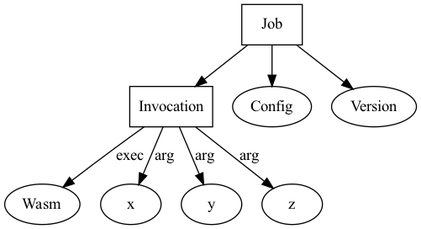
Above: job/job.png in ipvm-wg/spec (Graphviz), before the change. Its source is kept beside it as job/job.dot. Its diagram source:
```dot
digraph G {
    Invocation [shape = box]
    Job [shape = box]

    Job -> {Invocation, Config, Version}

    Invocation -> Wasm [label = "exec"]
    Invocation -> {x, y, z} [label = "arg"]
}
```
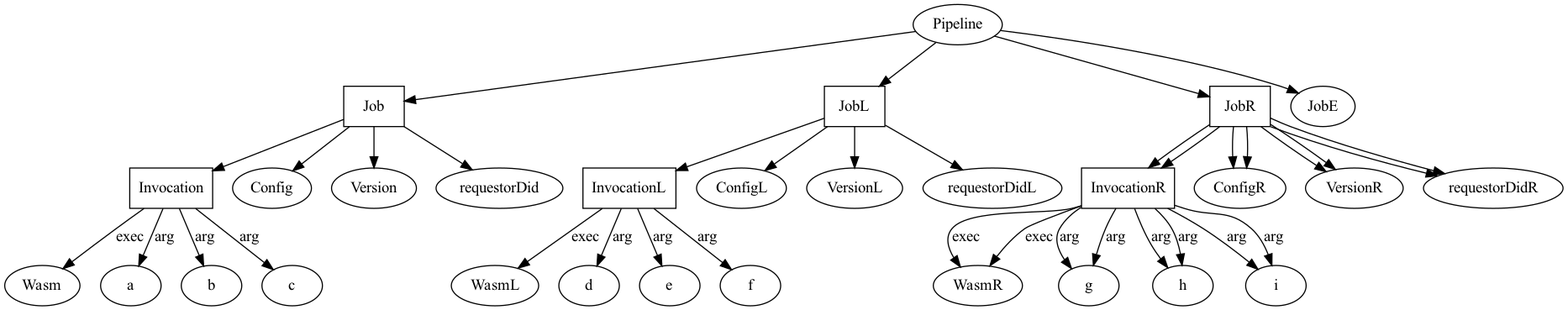
After the commit.

Change to the diagram source:
```diff
@@ -1,9 +1,35 @@
 digraph G {
+    Pipeline -> {Job, JobL, JobR, JobE}
+
+
+    Job [shape = box]
+    Job -> {Invocation, Config, Version, requestorDid}
+
     Invocation [shape = box]
-    Job [shape = box]
+    Invocation -> Wasm [label = "exec"]
+    Invocation -> {a, b, c} [label = "arg"]
 
-    Job -> {Invocation, Config, Version}
 
-    Invocation -> Wasm [label = "exec"]
-    Invocation -> {x, y, z} [label = "arg"]
+    JobL [shape = box]
+    JobL -> {InvocationL, ConfigL, VersionL, requestorDidL}
+
+    InvocationL [shape = box]
+    InvocationL -> WasmL [label = "exec"]
+    InvocationL -> {d, e, f} [label = "arg"]
+
+
+    JobR [shape = box]
+    JobR -> {InvocationR, ConfigR, VersionR, requestorDidR}
+
+    InvocationR [shape = box]
+    InvocationR -> WasmR [label = "exec"]
+    InvocationR -> {g, h, i} [label = "arg"]
+
+
+    JobR [shape = box]
+    JobR -> {InvocationR, ConfigR, VersionR, requestorDidR}
+
+    InvocationR [shape = box]
+    InvocationR -> WasmR [label = "exec"]
+    InvocationR -> {g, h, i} [label = "arg"]
 }
```
